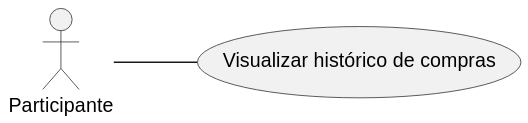
Phenrique-sousa/APS-documents keeps this PlantUML diagram as specs/casos_de_uso/svg/uml_uc10.svg. Above is the earlier version.
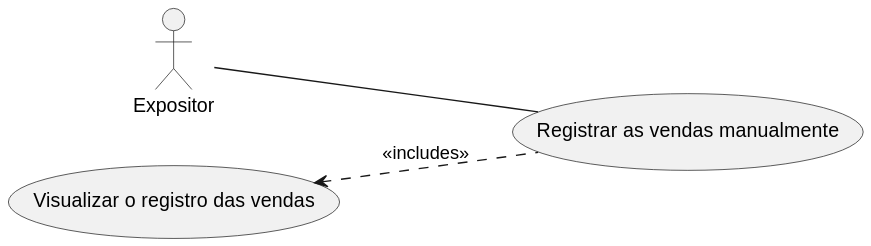
Above is the later version.

What changed in the source:
```diff
@@ -1,10 +1,12 @@
 @startuml
 left to right direction
 
-actor "Participante" as Usuario
+actor "Expositor" as Usuario
 
-usecase "Visualizar histórico de compras" as UC2
+usecase "Registrar as vendas manualmente" as UC1
+usecase "Visualizar o registro das vendas" as UC2
 
-Usuario -- UC2
+Usuario -- UC1
 
+UC2 <.. UC1 : <<includes>>
 @enduml
```
